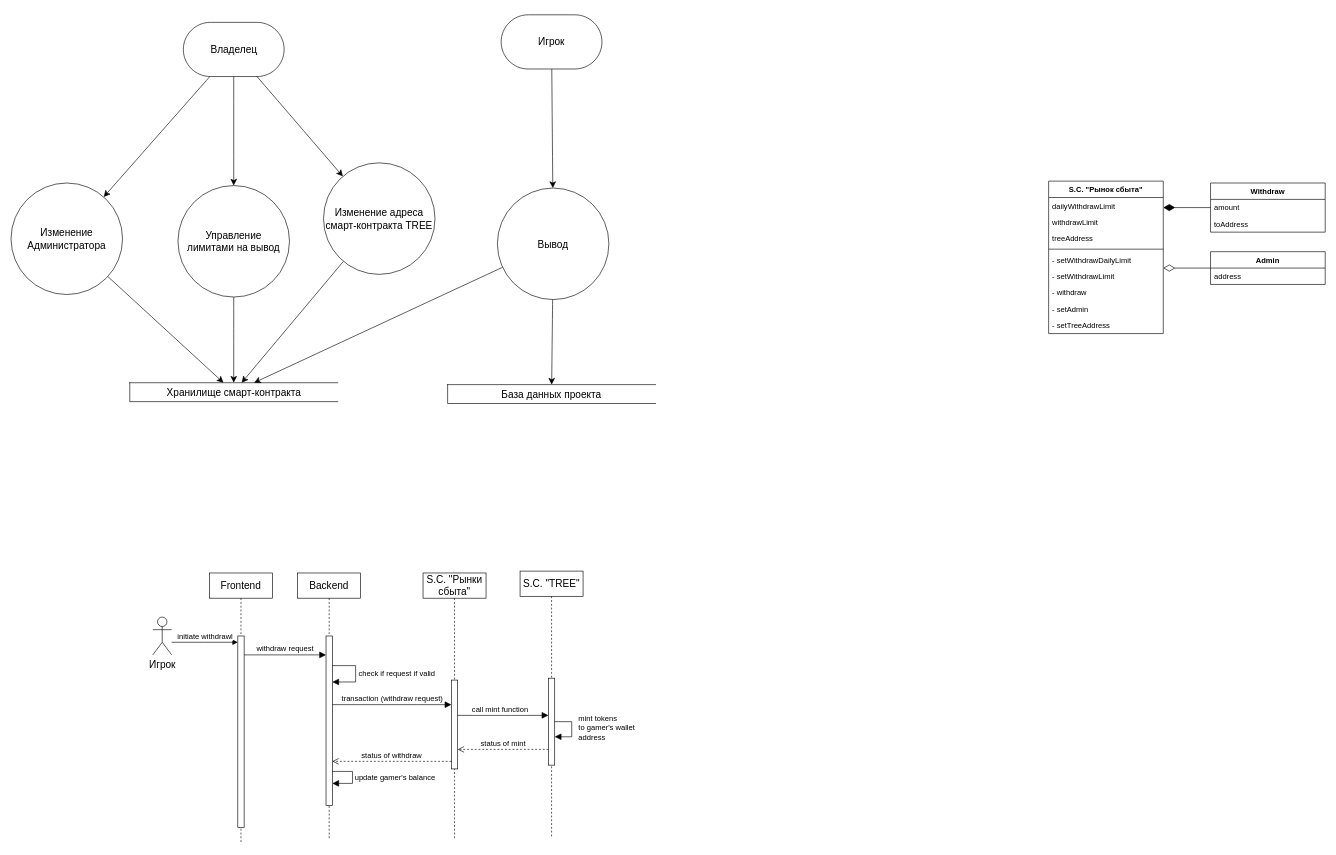
Before: page "Рынки сбыта" (5 of 14) of Основная.drawio.xml in careock/diagrams, a draw.io diagram. Source tidied: cells renumbered, new cells numbered last; positions are measured from the earlier drawing's top-left corner, leaving out a move shared by most shapes. Both pictures are drawn from the tidied source at 63%, with x=0, y=0 at pixel (11, 14).
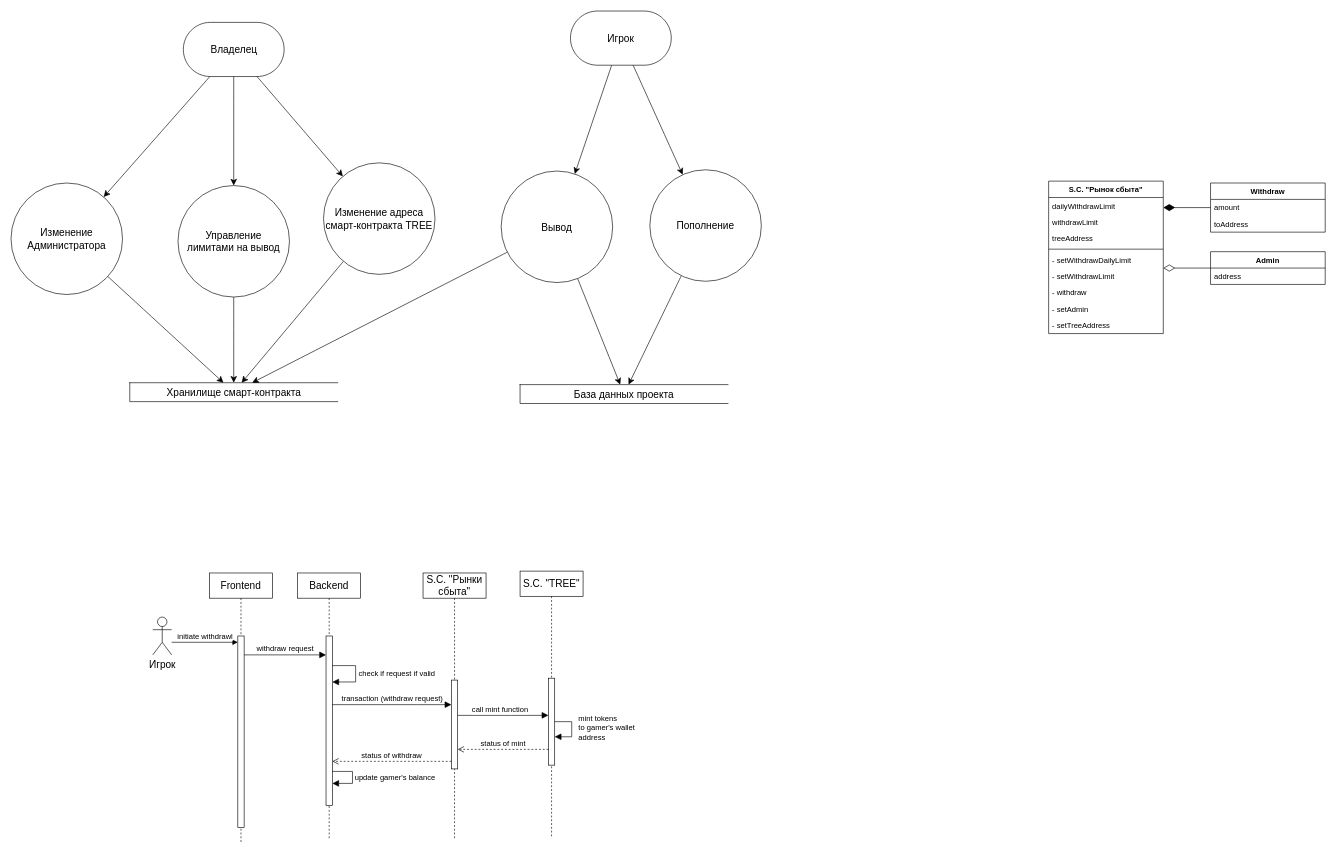
The same page after the edit.

The edit, as a diff of the source:
```diff
@@
     <mxCell id="10" value="Вывод" style="shape=ellipse;html=1;dashed=0;whiteSpace=wrap;perimeter=ellipsePerimeter;fontSize=16;" parent="1" vertex="1">
-      <mxGeometry x="772" y="275" width="177" height="177" as="geometry" />
+      <mxGeometry x="778" y="248" width="177" height="177" as="geometry" />
     </mxCell>
@@
     <mxCell id="47" value="Игрок" style="html=1;dashed=0;whiteSpace=wrap;shape=mxgraph.dfd.start;fontSize=16;" parent="1" vertex="1">
-      <mxGeometry x="778" width="160" height="86" as="geometry" />
+      <mxGeometry x="888" y="-6" width="160" height="86" as="geometry" />
     </mxCell>
@@
     <mxCell id="50" value="База данных проекта" style="html=1;dashed=0;whiteSpace=wrap;shape=partialRectangle;right=0;fontSize=16;" parent="1" vertex="1">
-      <mxGeometry x="693" y="587" width="330" height="30" as="geometry" />
+      <mxGeometry x="808" y="587" width="330" height="30" as="geometry" />
     </mxCell>
@@
+    <mxCell id="54" style="edgeStyle=none;curved=1;rounded=0;jettySize=auto;html=1;fontSize=12;startSize=8;endSize=8;" parent="1" edge="1" source="55" target="50">
+      <mxGeometry relative="1" as="geometry" />
+    </mxCell>
+    <mxCell id="55" value="Пополнение" style="shape=ellipse;html=1;dashed=0;whiteSpace=wrap;perimeter=ellipsePerimeter;fontSize=16;" parent="1" vertex="1">
+      <mxGeometry x="1014" y="246" width="177" height="177" as="geometry" />
+    </mxCell>
+    <mxCell id="56" style="edgeStyle=none;curved=1;rounded=0;jettySize=auto;html=1;fontSize=12;startSize=8;endSize=8;" parent="1" edge="1" source="47" target="55">
+      <mxGeometry relative="1" as="geometry" />
+    </mxCell>
```
